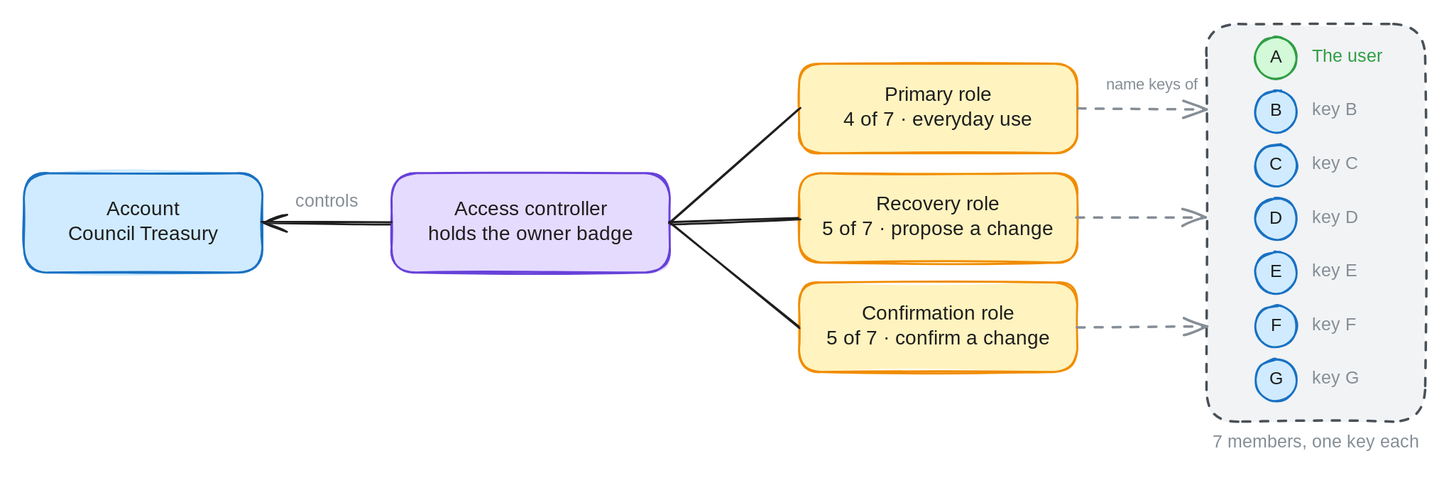
Before: docs/shared-control-pre-authorization/shared-control.svg, a diagram exported from Excalidraw (radixdlt/sargon). Source tidied: one line per element, renumbered; positions are measured from the earlier drawing's top-left corner, leaving out a move shared by most shapes.
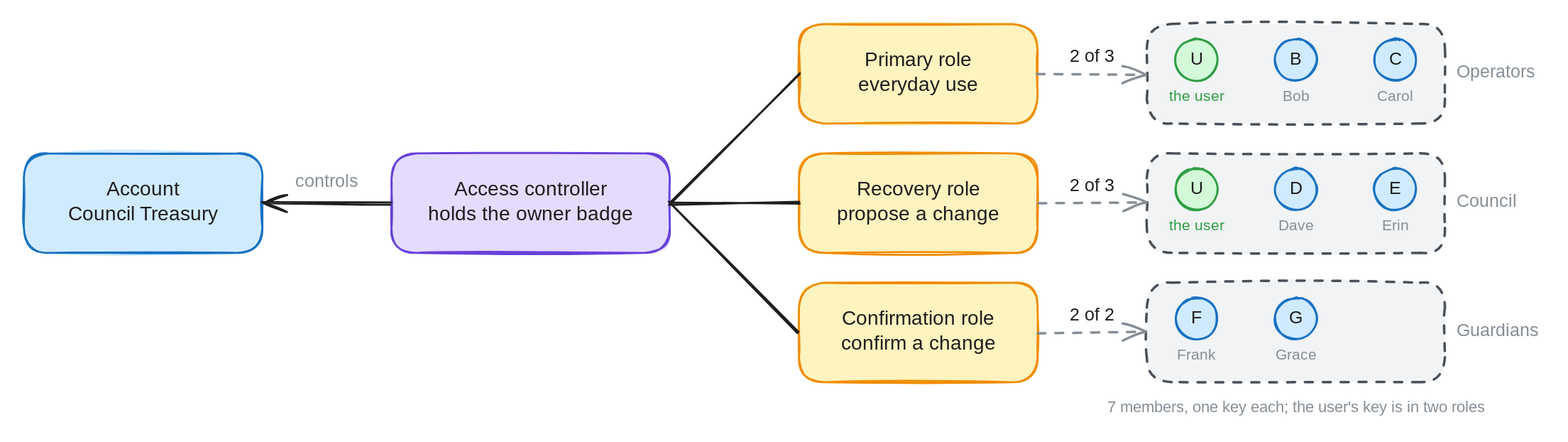
The same diagram one commit later.

Commit message:
Show shared control with a group per role

The edit, as a diff of the source:
```diff
@@ -4,39 +4,49 @@
 {"id": 3, "type": "text", "text": "Access controller\nholds the owner badge", "strokeColor": "#1e1e1e", "strokeWidth": 2, "roughness": 1, "fontSize": 20, "fontFamily": 5, "textAlign": "center", "verticalAlign": "middle", "inside": 2, "x": 400, "y": 175, "width": 220, "height": 50}
 {"id": 4, "type": "arrow", "strokeColor": "#1e1e1e", "strokeWidth": 2, "roughness": 1, "endArrowhead": "arrow", "round": true, "from": 2, "to": 0, "x": 370, "y": 200, "width": 130, "height": 0, "points": [[0, 0], [-130, 0]]}
 {"id": 5, "type": "text", "text": "controls", "strokeColor": "#868e96", "strokeWidth": 2, "roughness": 1, "fontSize": 18, "fontFamily": 5, "textAlign": "center", "x": 269, "y": 168, "width": 71, "height": 22}
-{"id": 6, "type": "rectangle", "strokeColor": "#495057", "backgroundColor": "#f1f3f5", "fillStyle": "solid", "strokeWidth": 2, "strokeStyle": "dashed", "roughness": 1, "round": true, "x": 1190, "y": 0, "width": 220, "height": 400}
+{"id": 6, "type": "rectangle", "strokeColor": "#f08c00", "backgroundColor": "#fff3bf", "fillStyle": "solid", "strokeWidth": 2, "roughness": 1, "round": true, "x": 780, "y": 20, "width": 240, "height": 100}
-{"id": 7, "type": "text", "text": "7 members, one key each", "strokeColor": "#868e96", "strokeWidth": 2, "roughness": 1, "fontSize": 18, "fontFamily": 5, "textAlign": "center", "x": 1194, "y": 410, "width": 212, "height": 22}
+{"id": 7, "type": "text", "text": "Primary role\neveryday use", "strokeColor": "#1e1e1e", "strokeWidth": 2, "roughness": 1, "fontSize": 20, "fontFamily": 5, "textAlign": "center", "verticalAlign": "middle", "inside": 6, "x": 837, "y": 45, "width": 126, "height": 50}
-{"id": 8, "type": "rectangle", "strokeColor": "#f08c00", "backgroundColor": "#fff3bf", "fillStyle": "solid", "strokeWidth": 2, "roughness": 1, "round": true, "x": 780, "y": 40, "width": 280, "height": 90}
-{"id": 9, "type": "text", "text": "Primary role\n4 of 7 · everyday use", "strokeColor": "#1e1e1e", "strokeWidth": 2, "roughness": 1, "fontSize": 20, "fontFamily": 5, "textAlign": "center", "verticalAlign": "middle", "inside": 8, "x": 817, "y": 60, "width": 206, "height": 50}
+{"id": 42, "type": "arrow", "strokeColor": "#1e1e1e", "strokeWidth": 2, "roughness": 1, "round": true, "from": 2, "to": 6, "x": 650, "y": 200, "width": 130, "height": 130, "points": [[0, 0], [130, -130]]}
+{"id": 43, "type": "rectangle", "strokeColor": "#495057", "backgroundColor": "#f1f3f5", "fillStyle": "solid", "strokeWidth": 2, "strokeStyle": "dashed", "roughness": 1, "round": true, "x": 1130, "y": 20, "width": 300, "height": 100}
-{"id": 10, "type": "arrow", "strokeColor": "#1e1e1e", "strokeWidth": 2, "roughness": 1, "round": true, "from": 2, "to": 8, "x": 650, "y": 200, "width": 130, "height": 115, "points": [[0, 0], [130, -115]]}
+{"id": 10, "type": "arrow", "strokeColor": "#868e96", "strokeWidth": 2, "strokeStyle": "dashed", "roughness": 1, "endArrowhead": "arrow", "round": true, "from": 6, "to": 43, "x": 1020, "y": 70, "width": 110, "height": 0, "points": [[0, 0], [110, 0]]}
-{"id": 11, "type": "arrow", "strokeColor": "#868e96", "strokeWidth": 2, "strokeStyle": "dashed", "roughness": 1, "endArrowhead": "arrow", "round": true, "from": 8, "to": 6, "x": 1060, "y": 85, "width": 130, "height": 0, "points": [[0, 0], [130, 0]]}
-{"id": 12, "type": "rectangle", "strokeColor": "#f08c00", "backgroundColor": "#fff3bf", "fillStyle": "solid", "strokeWidth": 2, "roughness": 1, "round": true, "x": 780, "y": 150, "width": 280, "height": 90}
-{"id": 13, "type": "text", "text": "Recovery role\n5 of 7 · propose a change", "strokeColor": "#1e1e1e", "strokeWidth": 2, "roughness": 1, "fontSize": 20, "fontFamily": 5, "textAlign": "center", "verticalAlign": "middle", "inside": 12, "x": 795, "y": 170, "width": 250, "height": 50}
-{"id": 14, "type": "arrow", "strokeColor": "#1e1e1e", "strokeWidth": 2, "roughness": 1, "round": true, "from": 2, "to": 12, "x": 650, "y": 200, "width": 130, "height": 5, "points": [[0, 0], [130, -5]]}
-{"id": 15, "type": "arrow", "strokeColor": "#868e96", "strokeWidth": 2, "strokeStyle": "dashed", "roughness": 1, "endArrowhead": "arrow", "round": true, "from": 12, "to": 6, "x": 1060, "y": 195, "width": 130, "height": 0, "points": [[0, 0], [130, 0]]}
-{"id": 16, "type": "rectangle", "strokeColor": "#f08c00", "backgroundColor": "#fff3bf", "fillStyle": "solid", "strokeWidth": 2, "roughness": 1, "round": true, "x": 780, "y": 260, "width": 280, "height": 90}
+{"id": 44, "type": "text", "text": "2 of 3", "strokeColor": "#1e1e1e", "strokeWidth": 2, "roughness": 1, "fontSize": 18, "fontFamily": 5, "textAlign": "center", "x": 1046, "y": 42, "width": 58, "height": 22}
+{"id": 45, "type": "text", "text": "Operators", "strokeColor": "#868e96", "strokeWidth": 2, "roughness": 1, "fontSize": 18, "fontFamily": 5, "x": 1442, "y": 58, "width": 88, "height": 22}
+{"id": 46, "type": "ellipse", "strokeColor": "#2f9e44", "backgroundColor": "#d3f9d8", "fillStyle": "solid", "strokeWidth": 2, "roughness": 1, "x": 1159, "y": 35, "width": 42, "height": 42}
+{"id": 47, "type": "text", "text": "U", "strokeColor": "#1e1e1e", "strokeWidth": 2, "roughness": 1, "fontSize": 18, "fontFamily": 5, "textAlign": "center", "verticalAlign": "middle", "inside": 46, "x": 1173, "y": 45, "width": 13, "height": 22}
+{"id": 48, "type": "text", "text": "the user", "strokeColor": "#2f9e44", "strokeWidth": 2, "roughness": 1, "fontSize": 15, "fontFamily": 5, "textAlign": "center", "x": 1149, "y": 84, "width": 61, "height": 19}
+{"id": 49, "type": "ellipse", "strokeColor": "#1971c2", "backgroundColor": "#d0ebff", "fillStyle": "solid", "strokeWidth": 2, "roughness": 1, "x": 1259, "y": 35, "width": 42, "height": 42}
-{"id": 17, "type": "text", "text": "Confirmation role\n5 of 7 · confirm a change", "strokeColor": "#1e1e1e", "strokeWidth": 2, "roughness": 1, "fontSize": 20, "fontFamily": 5, "textAlign": "center", "verticalAlign": "middle", "inside": 16, "x": 798, "y": 280, "width": 243, "height": 50}
+{"id": 17, "type": "text", "text": "B", "strokeColor": "#1e1e1e", "strokeWidth": 2, "roughness": 1, "fontSize": 18, "fontFamily": 5, "textAlign": "center", "verticalAlign": "middle", "inside": 49, "x": 1273, "y": 45, "width": 14, "height": 22}
-{"id": 18, "type": "arrow", "strokeColor": "#1e1e1e", "strokeWidth": 2, "roughness": 1, "round": true, "from": 2, "to": 16, "x": 650, "y": 200, "width": 130, "height": 105, "points": [[0, 0], [130, 105]]}
-{"id": 19, "type": "arrow", "strokeColor": "#868e96", "strokeWidth": 2, "strokeStyle": "dashed", "roughness": 1, "endArrowhead": "arrow", "round": true, "from": 16, "to": 6, "x": 1060, "y": 305, "width": 130, "height": 0, "points": [[0, 0], [130, 0]]}
+{"id": 50, "type": "text", "text": "Bob", "strokeColor": "#868e96", "strokeWidth": 2, "roughness": 1, "fontSize": 15, "fontFamily": 5, "textAlign": "center", "x": 1266, "y": 84, "width": 29, "height": 19}
+{"id": 51, "type": "ellipse", "strokeColor": "#1971c2", "backgroundColor": "#d0ebff", "fillStyle": "solid", "strokeWidth": 2, "roughness": 1, "x": 1359, "y": 35, "width": 42, "height": 42}
-{"id": 20, "type": "text", "text": "name keys of", "strokeColor": "#868e96", "strokeWidth": 2, "roughness": 1, "fontSize": 16, "fontFamily": 5, "textAlign": "center", "x": 1084, "y": 52, "width": 102, "height": 20}
+{"id": 20, "type": "text", "text": "C", "strokeColor": "#1e1e1e", "strokeWidth": 2, "roughness": 1, "fontSize": 18, "fontFamily": 5, "textAlign": "center", "verticalAlign": "middle", "inside": 51, "x": 1374, "y": 45, "width": 11, "height": 22}
-{"id": 21, "type": "ellipse", "strokeColor": "#2f9e44", "backgroundColor": "#d3f9d8", "fillStyle": "solid", "strokeWidth": 2, "roughness": 1, "x": 1239, "y": 13, "width": 42, "height": 42}
-{"id": 22, "type": "text", "text": "A", "strokeColor": "#1e1e1e", "strokeWidth": 2, "roughness": 1, "fontSize": 18, "fontFamily": 5, "textAlign": "center", "verticalAlign": "middle", "inside": 21, "x": 1254, "y": 23, "width": 12, "height": 22}
+{"id": 52, "type": "text", "text": "Carol", "strokeColor": "#868e96", "strokeWidth": 2, "roughness": 1, "fontSize": 15, "fontFamily": 5, "textAlign": "center", "x": 1362, "y": 84, "width": 37, "height": 19}
+{"id": 53, "type": "rectangle", "strokeColor": "#f08c00", "backgroundColor": "#fff3bf", "fillStyle": "solid", "strokeWidth": 2, "roughness": 1, "round": true, "x": 780, "y": 150, "width": 240, "height": 100}
-{"id": 23, "type": "text", "text": "The user", "strokeColor": "#2f9e44", "strokeWidth": 2, "roughness": 1, "fontSize": 18, "fontFamily": 5, "x": 1296, "y": 22, "width": 79, "height": 22}
+{"id": 23, "type": "text", "text": "Recovery role\npropose a change", "strokeColor": "#1e1e1e", "strokeWidth": 2, "roughness": 1, "fontSize": 20, "fontFamily": 5, "textAlign": "center", "verticalAlign": "middle", "inside": 53, "x": 816, "y": 175, "width": 168, "height": 50}
-{"id": 24, "type": "ellipse", "strokeColor": "#1971c2", "backgroundColor": "#d0ebff", "fillStyle": "solid", "strokeWidth": 2, "roughness": 1, "x": 1239, "y": 67, "width": 42, "height": 42}
-{"id": 25, "type": "text", "text": "B", "strokeColor": "#1e1e1e", "strokeWidth": 2, "roughness": 1, "fontSize": 18, "fontFamily": 5, "textAlign": "center", "verticalAlign": "middle", "inside": 24, "x": 1253, "y": 77, "width": 14, "height": 22}
-{"id": 26, "type": "text", "text": "key B", "strokeColor": "#868e96", "strokeWidth": 2, "roughness": 1, "fontSize": 18, "fontFamily": 5, "x": 1296, "y": 76, "width": 50, "height": 22}
-{"id": 27, "type": "ellipse", "strokeColor": "#1971c2", "backgroundColor": "#d0ebff", "fillStyle": "solid", "strokeWidth": 2, "roughness": 1, "x": 1239, "y": 121, "width": 42, "height": 42}
+{"id": 54, "type": "arrow", "strokeColor": "#1e1e1e", "strokeWidth": 2, "roughness": 1, "round": true, "from": 2, "to": 53, "x": 650, "y": 200, "width": 130, "height": 0, "points": [[0, 0], [130, 0]]}
+{"id": 55, "type": "rectangle", "strokeColor": "#495057", "backgroundColor": "#f1f3f5", "fillStyle": "solid", "strokeWidth": 2, "strokeStyle": "dashed", "roughness": 1, "round": true, "x": 1130, "y": 150, "width": 300, "height": 100}
+{"id": 56, "type": "arrow", "strokeColor": "#868e96", "strokeWidth": 2, "strokeStyle": "dashed", "roughness": 1, "endArrowhead": "arrow", "round": true, "from": 53, "to": 55, "x": 1020, "y": 200, "width": 110, "height": 0, "points": [[0, 0], [110, 0]]}
+{"id": 57, "type": "text", "text": "2 of 3", "strokeColor": "#1e1e1e", "strokeWidth": 2, "roughness": 1, "fontSize": 18, "fontFamily": 5, "textAlign": "center", "x": 1046, "y": 172, "width": 58, "height": 22}
-{"id": 28, "type": "text", "text": "C", "strokeColor": "#1e1e1e", "strokeWidth": 2, "roughness": 1, "fontSize": 18, "fontFamily": 5, "textAlign": "center", "verticalAlign": "middle", "inside": 27, "x": 1254, "y": 131, "width": 11, "height": 22}
+{"id": 28, "type": "text", "text": "Council", "strokeColor": "#868e96", "strokeWidth": 2, "roughness": 1, "fontSize": 18, "fontFamily": 5, "x": 1442, "y": 188, "width": 59, "height": 22}
-{"id": 29, "type": "text", "text": "key C", "strokeColor": "#868e96", "strokeWidth": 2, "roughness": 1, "fontSize": 18, "fontFamily": 5, "x": 1296, "y": 130, "width": 47, "height": 22}
-{"id": 30, "type": "ellipse", "strokeColor": "#1971c2", "backgroundColor": "#d0ebff", "fillStyle": "solid", "strokeWidth": 2, "roughness": 1, "x": 1239, "y": 175, "width": 42, "height": 42}
+{"id": 58, "type": "ellipse", "strokeColor": "#2f9e44", "backgroundColor": "#d3f9d8", "fillStyle": "solid", "strokeWidth": 2, "roughness": 1, "x": 1159, "y": 165, "width": 42, "height": 42}
+{"id": 59, "type": "text", "text": "U", "strokeColor": "#1e1e1e", "strokeWidth": 2, "roughness": 1, "fontSize": 18, "fontFamily": 5, "textAlign": "center", "verticalAlign": "middle", "inside": 58, "x": 1173, "y": 175, "width": 13, "height": 22}
-{"id": 31, "type": "text", "text": "D", "strokeColor": "#1e1e1e", "strokeWidth": 2, "roughness": 1, "fontSize": 18, "fontFamily": 5, "textAlign": "center", "verticalAlign": "middle", "inside": 30, "x": 1253, "y": 185, "width": 14, "height": 22}
+{"id": 31, "type": "text", "text": "the user", "strokeColor": "#2f9e44", "strokeWidth": 2, "roughness": 1, "fontSize": 15, "fontFamily": 5, "textAlign": "center", "x": 1149, "y": 214, "width": 61, "height": 19}
-{"id": 32, "type": "text", "text": "key D", "strokeColor": "#868e96", "strokeWidth": 2, "roughness": 1, "fontSize": 18, "fontFamily": 5, "x": 1296, "y": 184, "width": 50, "height": 22}
-{"id": 33, "type": "ellipse", "strokeColor": "#1971c2", "backgroundColor": "#d0ebff", "fillStyle": "solid", "strokeWidth": 2, "roughness": 1, "x": 1239, "y": 229, "width": 42, "height": 42}
+{"id": 60, "type": "ellipse", "strokeColor": "#1971c2", "backgroundColor": "#d0ebff", "fillStyle": "solid", "strokeWidth": 2, "roughness": 1, "x": 1259, "y": 165, "width": 42, "height": 42}
+{"id": 61, "type": "text", "text": "D", "strokeColor": "#1e1e1e", "strokeWidth": 2, "roughness": 1, "fontSize": 18, "fontFamily": 5, "textAlign": "center", "verticalAlign": "middle", "inside": 60, "x": 1273, "y": 175, "width": 14, "height": 22}
-{"id": 34, "type": "text", "text": "E", "strokeColor": "#1e1e1e", "strokeWidth": 2, "roughness": 1, "fontSize": 18, "fontFamily": 5, "textAlign": "center", "verticalAlign": "middle", "inside": 33, "x": 1254, "y": 239, "width": 13, "height": 22}
+{"id": 34, "type": "text", "text": "Dave", "strokeColor": "#868e96", "strokeWidth": 2, "roughness": 1, "fontSize": 15, "fontFamily": 5, "textAlign": "center", "x": 1262, "y": 214, "width": 36, "height": 19}
-{"id": 35, "type": "text", "text": "key E", "strokeColor": "#868e96", "strokeWidth": 2, "roughness": 1, "fontSize": 18, "fontFamily": 5, "x": 1296, "y": 238, "width": 49, "height": 22}
-{"id": 36, "type": "ellipse", "strokeColor": "#1971c2", "backgroundColor": "#d0ebff", "fillStyle": "solid", "strokeWidth": 2, "roughness": 1, "x": 1239, "y": 283, "width": 42, "height": 42}
+{"id": 62, "type": "ellipse", "strokeColor": "#1971c2", "backgroundColor": "#d0ebff", "fillStyle": "solid", "strokeWidth": 2, "roughness": 1, "x": 1359, "y": 165, "width": 42, "height": 42}
+{"id": 63, "type": "text", "text": "E", "strokeColor": "#1e1e1e", "strokeWidth": 2, "roughness": 1, "fontSize": 18, "fontFamily": 5, "textAlign": "center", "verticalAlign": "middle", "inside": 62, "x": 1374, "y": 175, "width": 13, "height": 22}
-{"id": 37, "type": "text", "text": "F", "strokeColor": "#1e1e1e", "strokeWidth": 2, "roughness": 1, "fontSize": 18, "fontFamily": 5, "textAlign": "center", "verticalAlign": "middle", "inside": 36, "x": 1254, "y": 293, "width": 12, "height": 22}
+{"id": 37, "type": "text", "text": "Erin", "strokeColor": "#868e96", "strokeWidth": 2, "roughness": 1, "fontSize": 15, "fontFamily": 5, "textAlign": "center", "x": 1366, "y": 214, "width": 29, "height": 19}
-{"id": 38, "type": "text", "text": "key F", "strokeColor": "#868e96", "strokeWidth": 2, "roughness": 1, "fontSize": 18, "fontFamily": 5, "x": 1296, "y": 292, "width": 48, "height": 22}
-{"id": 39, "type": "ellipse", "strokeColor": "#1971c2", "backgroundColor": "#d0ebff", "fillStyle": "solid", "strokeWidth": 2, "roughness": 1, "x": 1239, "y": 337, "width": 42, "height": 42}
+{"id": 64, "type": "rectangle", "strokeColor": "#f08c00", "backgroundColor": "#fff3bf", "fillStyle": "solid", "strokeWidth": 2, "roughness": 1, "round": true, "x": 780, "y": 280, "width": 240, "height": 100}
+{"id": 65, "type": "text", "text": "Confirmation role\nconfirm a change", "strokeColor": "#1e1e1e", "strokeWidth": 2, "roughness": 1, "fontSize": 20, "fontFamily": 5, "textAlign": "center", "verticalAlign": "middle", "inside": 64, "x": 818, "y": 305, "width": 165, "height": 50}
+{"id": 66, "type": "arrow", "strokeColor": "#1e1e1e", "strokeWidth": 2, "roughness": 1, "round": true, "from": 2, "to": 64, "x": 650, "y": 200, "width": 130, "height": 130, "points": [[0, 0], [130, 130]]}
+{"id": 67, "type": "rectangle", "strokeColor": "#495057", "backgroundColor": "#f1f3f5", "fillStyle": "solid", "strokeWidth": 2, "strokeStyle": "dashed", "roughness": 1, "round": true, "x": 1130, "y": 280, "width": 300, "height": 100}
+{"id": 68, "type": "arrow", "strokeColor": "#868e96", "strokeWidth": 2, "strokeStyle": "dashed", "roughness": 1, "endArrowhead": "arrow", "round": true, "from": 64, "to": 67, "x": 1020, "y": 330, "width": 110, "height": 0, "points": [[0, 0], [110, 0]]}
+{"id": 69, "type": "text", "text": "2 of 2", "strokeColor": "#1e1e1e", "strokeWidth": 2, "roughness": 1, "fontSize": 18, "fontFamily": 5, "textAlign": "center", "x": 1045, "y": 302, "width": 59, "height": 22}
+{"id": 70, "type": "text", "text": "Guardians", "strokeColor": "#868e96", "strokeWidth": 2, "roughness": 1, "fontSize": 18, "fontFamily": 5, "x": 1442, "y": 318, "width": 87, "height": 22}
+{"id": 71, "type": "ellipse", "strokeColor": "#1971c2", "backgroundColor": "#d0ebff", "fillStyle": "solid", "strokeWidth": 2, "roughness": 1, "x": 1159, "y": 295, "width": 42, "height": 42}
+{"id": 72, "type": "text", "text": "F", "strokeColor": "#1e1e1e", "strokeWidth": 2, "roughness": 1, "fontSize": 18, "fontFamily": 5, "textAlign": "center", "verticalAlign": "middle", "inside": 71, "x": 1174, "y": 305, "width": 12, "height": 22}
+{"id": 73, "type": "text", "text": "Frank", "strokeColor": "#868e96", "strokeWidth": 2, "roughness": 1, "fontSize": 15, "fontFamily": 5, "textAlign": "center", "x": 1160, "y": 344, "width": 40, "height": 19}
+{"id": 74, "type": "ellipse", "strokeColor": "#1971c2", "backgroundColor": "#d0ebff", "fillStyle": "solid", "strokeWidth": 2, "roughness": 1, "x": 1259, "y": 295, "width": 42, "height": 42}
-{"id": 40, "type": "text", "text": "G", "strokeColor": "#1e1e1e", "strokeWidth": 2, "roughness": 1, "fontSize": 18, "fontFamily": 5, "textAlign": "center", "verticalAlign": "middle", "inside": 39, "x": 1253, "y": 347, "width": 14, "height": 22}
+{"id": 40, "type": "text", "text": "G", "strokeColor": "#1e1e1e", "strokeWidth": 2, "roughness": 1, "fontSize": 18, "fontFamily": 5, "textAlign": "center", "verticalAlign": "middle", "inside": 74, "x": 1273, "y": 305, "width": 14, "height": 22}
-{"id": 41, "type": "text", "text": "key G", "strokeColor": "#868e96", "strokeWidth": 2, "roughness": 1, "fontSize": 18, "fontFamily": 5, "x": 1296, "y": 346, "width": 50, "height": 22}
+{"id": 75, "type": "text", "text": "Grace", "strokeColor": "#868e96", "strokeWidth": 2, "roughness": 1, "fontSize": 15, "fontFamily": 5, "textAlign": "center", "x": 1259, "y": 344, "width": 42, "height": 19}
+{"id": 76, "type": "text", "text": "7 members, one key each; the user's key is in two roles", "strokeColor": "#868e96", "strokeWidth": 2, "roughness": 1, "fontSize": 16, "fontFamily": 5, "textAlign": "center", "x": 1067, "y": 396, "width": 426, "height": 20}
```
